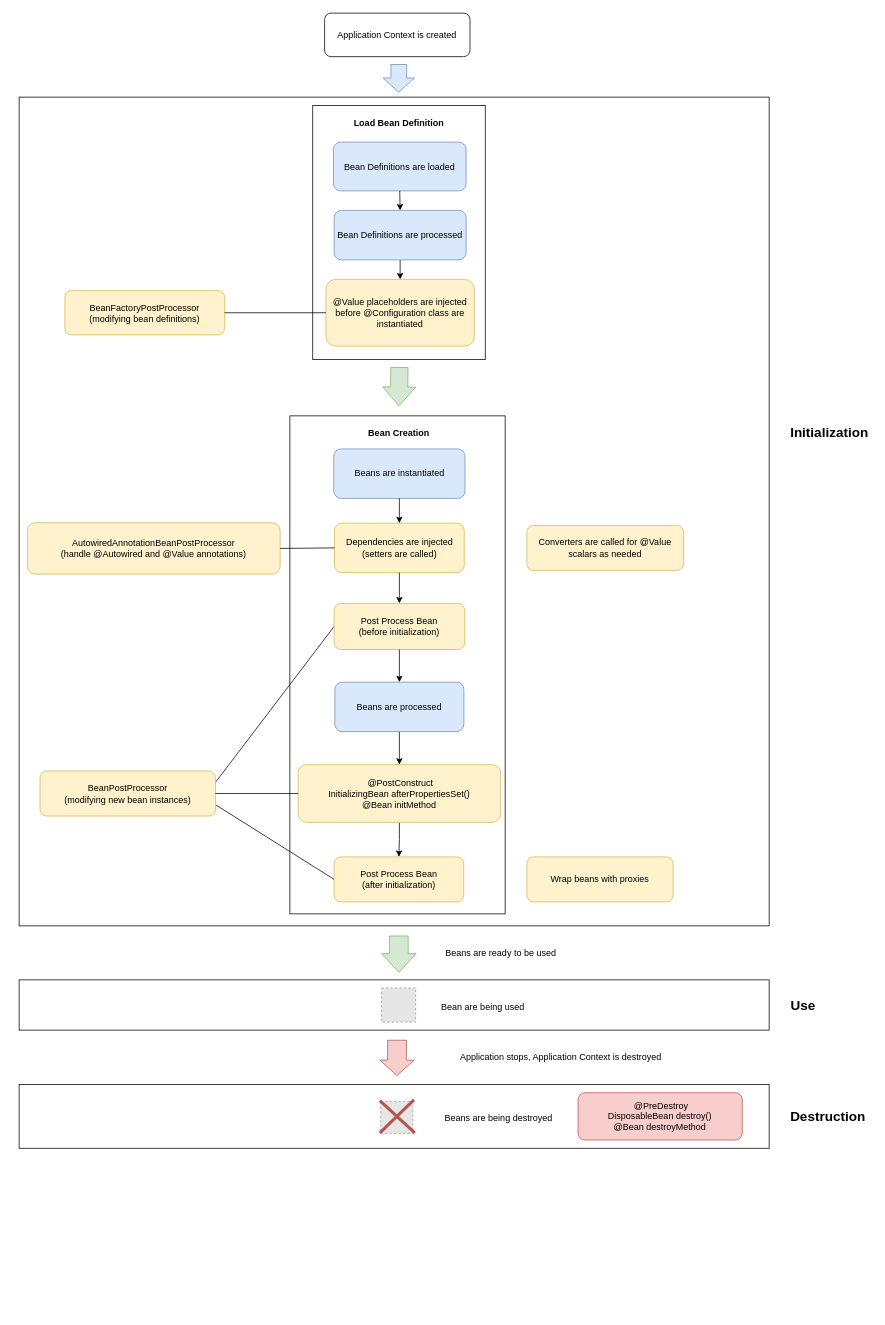
Earlier version of the draw.io diagram bean-lifecycle.drawio (quang-do-se/spring-cert). Source tidied: cells renumbered, new cells numbered last; positions are measured from the earlier drawing's top-left corner, leaving out a move shared by most shapes. Both pictures are drawn from the tidied source at 75%, with x=0, y=0 at pixel (19, 13). Pictures stored in the file or linked from it are replaced by grey dashed boxes.
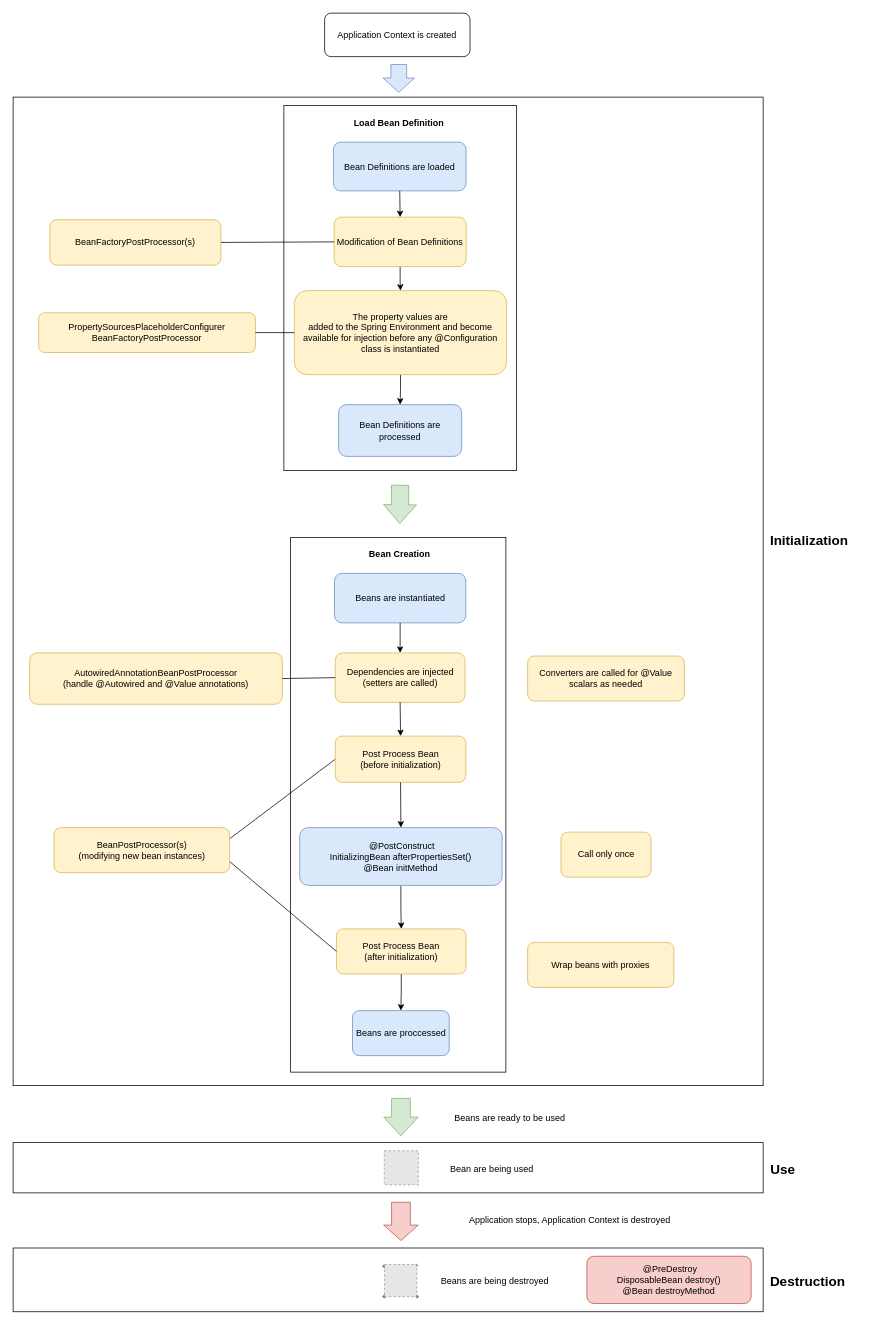
After the change.

Change to the diagram source:
```diff
@@
     <mxCell id="2" style="rounded=0;whiteSpace=wrap;html=1;" parent="1" vertex="1">
-      <mxGeometry y="112" width="1000" height="1105" as="geometry" />
+      <mxGeometry x="-8" y="112" width="1000" height="1318" as="geometry" />
     </mxCell>
     <mxCell id="3" style="rounded=0;whiteSpace=wrap;html=1;strokeWidth=1;" parent="1" vertex="1">
-      <mxGeometry y="1428.5" width="1000" height="85" as="geometry" />
+      <mxGeometry x="-8" y="1646.5" width="1000" height="85" as="geometry" />
     </mxCell>
     <mxCell id="4" style="rounded=0;whiteSpace=wrap;html=1;" parent="1" vertex="1">
-      <mxGeometry y="1289" width="1000" height="67" as="geometry" />
+      <mxGeometry x="-8" y="1506" width="1000" height="67" as="geometry" />
     </mxCell>
     <mxCell id="5" style="rounded=0;whiteSpace=wrap;html=1;" parent="1" vertex="1">
-      <mxGeometry x="391.5" y="123" width="230" height="339" as="geometry" />
+      <mxGeometry x="353" y="123" width="310" height="487" as="geometry" />
     </mxCell>
     <mxCell id="6" style="rounded=0;whiteSpace=wrap;html=1;" parent="1" vertex="1">
-      <mxGeometry x="361" y="537" width="287" height="664" as="geometry" />
+      <mxGeometry x="362" y="699" width="287" height="713" as="geometry" />
     </mxCell>
@@
-    <mxCell id="11" value="Bean Definitions are processed" style="rounded=1;whiteSpace=wrap;html=1;fillColor=#dae8fc;strokeColor=#6c8ebf;" parent="1" vertex="1">
-      <mxGeometry x="420" y="263" width="176" height="66" as="geometry" />
+    <mxCell id="11" value="Modification of Bean Definitions" style="rounded=1;whiteSpace=wrap;html=1;fillColor=#fff2cc;strokeColor=#d6b656;" parent="1" vertex="1">
+      <mxGeometry x="420" y="272" width="176" height="66" as="geometry" />
     </mxCell>
     <mxCell id="12" value="Beans are instantiated" style="rounded=1;whiteSpace=wrap;html=1;fillColor=#dae8fc;strokeColor=#6c8ebf;" parent="1" vertex="1">
-      <mxGeometry x="419.5" y="581" width="175" height="66" as="geometry" />
+      <mxGeometry x="420.5" y="747" width="175" height="66" as="geometry" />
     </mxCell>
     <mxCell id="13" value="Dependencies are injected &lt;br&gt;(setters are called)" style="rounded=1;whiteSpace=wrap;html=1;fillColor=#fff2cc;strokeColor=#d6b656;" parent="1" vertex="1">
-      <mxGeometry x="420.5" y="680" width="173" height="66" as="geometry" />
+      <mxGeometry x="421.5" y="853" width="173" height="66" as="geometry" />
     </mxCell>
-    <mxCell id="14" style="edgeStyle=orthogonalEdgeStyle;rounded=0;jettySize=auto;html=1;" parent="1" edge="1" source="15" target="50">
-      <mxGeometry relative="1" as="geometry" />
+    <mxCell id="14" style="edgeStyle=orthogonalEdgeStyle;rounded=0;jettySize=auto;html=1;" parent="1" edge="1" target="50">
+      <mxGeometry relative="1" as="geometry">
+        <mxPoint x="508" y="1120" as="sourcePoint" />
+      </mxGeometry>
     </mxCell>
-    <mxCell id="15" value="Beans are processed" style="rounded=1;whiteSpace=wrap;html=1;fillColor=#dae8fc;strokeColor=#6c8ebf;" parent="1" vertex="1">
-      <mxGeometry x="421" y="892" width="172" height="66" as="geometry" />
-    </mxCell>
     <mxCell id="16" style="shape=flexArrow;endArrow=classic;html=1;rounded=0;fillColor=#d5e8d4;strokeColor=#82b366;width=25;endSize=8;arcSize=20;" parent="1" edge="1">
       <mxGeometry relative="1" as="geometry">
-        <mxPoint x="506.2" y="1230" as="sourcePoint" />
-        <mxPoint x="506.4" y="1279.5" as="targetPoint" />
+        <mxPoint x="509.1" y="1446.5" as="sourcePoint" />
+        <mxPoint x="509.1" y="1497.5" as="targetPoint" />
       </mxGeometry>
     </mxCell>
-    <mxCell id="17" style="fillColor=#E6E6E6;strokeColor=#999999;dashed=1;html=1;verticalAlign=top;verticalLabelPosition=bottom;labelBackgroundColor=#ffffff;" parent="1" vertex="1">
-      <mxGeometry x="482" y="1451" width="43" height="43" as="geometry" />
-    </mxCell>
     <mxCell id="18" value="Bean are being used" style="text;html=1;align=center;verticalAlign=middle;strokeColor=none;fillColor=none;" parent="1" vertex="1">
-      <mxGeometry x="539.2" y="1316.8" width="157" height="18" as="geometry" />
+      <mxGeometry x="551" y="1532.5" width="157" height="18" as="geometry" />
     </mxCell>
     <mxCell id="19" value="Beans are ready to be used" style="text;html=1;align=center;verticalAlign=middle;strokeColor=none;fillColor=none;" parent="1" vertex="1">
-      <mxGeometry x="539.2" y="1245" width="206" height="18" as="geometry" />
+      <mxGeometry x="551" y="1465" width="206" height="18" as="geometry" />
     </mxCell>
     <mxCell id="20" style="shape=flexArrow;endArrow=classic;html=1;rounded=0;fillColor=#f8cecc;strokeColor=#b85450;width=25;endSize=6.5;" parent="1" edge="1">
       <mxGeometry relative="1" as="geometry">
-        <mxPoint x="503.9" y="1369" as="sourcePoint" />
-        <mxPoint x="503.7" y="1417" as="targetPoint" />
+        <mxPoint x="509.1" y="1585" as="sourcePoint" />
+        <mxPoint x="509.1" y="1637" as="targetPoint" />
       </mxGeometry>
     </mxCell>
     <mxCell id="21" value="Application stops, Application Context is destroyed" style="text;html=1;align=center;verticalAlign=middle;strokeColor=none;fillColor=none;" parent="1" vertex="1">
-      <mxGeometry x="539.2" y="1383" width="366" height="18" as="geometry" />
+      <mxGeometry x="551" y="1600" width="366" height="18" as="geometry" />
     </mxCell>
     <mxCell id="22" style="group;" parent="1" vertex="1">
-      <mxGeometry x="481" y="1449" width="46.5" height="44" as="geometry" />
+      <mxGeometry x="485.4" y="1668.5" width="46.5" height="44" as="geometry" />
     </mxCell>
@@
+    <mxCell id="17" style="fillColor=#E6E6E6;strokeColor=#999999;dashed=1;html=1;verticalAlign=top;verticalLabelPosition=bottom;labelBackgroundColor=#ffffff;" parent="22" vertex="1">
+      <mxGeometry x="1.8" width="43" height="43" as="geometry" />
+    </mxCell>
     <mxCell id="25" value="Beans are being destroyed" style="text;html=1;align=center;verticalAlign=middle;strokeColor=none;fillColor=none;" parent="1" vertex="1">
-      <mxGeometry x="539.2" y="1463.5" width="200" height="18" as="geometry" />
+      <mxGeometry x="534.2" y="1681.5" width="200" height="18" as="geometry" />
     </mxCell>
@@
     <mxCell id="27" value="Bean Creation" style="text;html=1;align=center;verticalAlign=middle;strokeColor=none;fillColor=none;fontStyle=1;" parent="1" vertex="1">
-      <mxGeometry x="446.1" y="551" width="119" height="18" as="geometry" />
+      <mxGeometry x="447.1" y="713" width="119" height="18" as="geometry" />
     </mxCell>
     <mxCell id="28" style="fillColor=#E6E6E6;strokeColor=#999999;dashed=1;html=1;verticalAlign=top;verticalLabelPosition=bottom;labelBackgroundColor=#ffffff;" parent="1" vertex="1">
-      <mxGeometry x="483.2" y="1299.8" width="45.5" height="45.5" as="geometry" />
+      <mxGeometry x="486.8" y="1516.8" width="45.5" height="45.5" as="geometry" />
     </mxCell>
-    <mxCell id="29" value="BeanFactoryPostProcessor&lt;br&gt;(modifying bean definitions)" style="rounded=1;whiteSpace=wrap;html=1;fillColor=#fff2cc;strokeColor=#d6b656;" parent="1" vertex="1">
-      <mxGeometry x="61" y="370" width="213" height="59" as="geometry" />
+    <mxCell id="29" value="BeanFactoryPostProcessor(s)" style="rounded=1;whiteSpace=wrap;html=1;fillColor=#fff2cc;strokeColor=#d6b656;" parent="1" vertex="1">
+      <mxGeometry x="41" y="275.5" width="228" height="60.5" as="geometry" />
     </mxCell>
+    <mxCell id="53" style="edgeStyle=orthogonalEdgeStyle;rounded=0;jettySize=auto;html=1;" parent="1" edge="1" source="30" target="59">
+      <mxGeometry relative="1" as="geometry" />
+    </mxCell>
     <mxCell id="30" value="Post Process Bean &lt;br&gt;(after initialization)" style="rounded=1;whiteSpace=wrap;html=1;fillColor=#fff2cc;strokeColor=#d6b656;" parent="1" vertex="1">
-      <mxGeometry x="420" y="1125" width="172.8" height="60" as="geometry" />
+      <mxGeometry x="423.1" y="1221" width="172.8" height="60" as="geometry" />
     </mxCell>
@@
-    <mxCell id="33" value="&lt;div align=&quot;center&quot;&gt;BeanPostProcessor&lt;br&gt;(modifying new bean instances)&lt;/div&gt;" style="rounded=1;whiteSpace=wrap;html=1;fillColor=#fff2cc;strokeColor=#d6b656;" parent="1" vertex="1">
-      <mxGeometry x="27.9" y="1010.5" width="234" height="60" as="geometry" />
+    <mxCell id="33" value="&lt;div align=&quot;center&quot;&gt;BeanPostProcessor(s)&lt;br&gt;(modifying new bean instances)&lt;/div&gt;" style="rounded=1;whiteSpace=wrap;html=1;fillColor=#fff2cc;strokeColor=#d6b656;" parent="1" vertex="1">
+      <mxGeometry x="46.5" y="1086" width="234" height="60" as="geometry" />
     </mxCell>
+    <mxCell id="54" style="edgeStyle=orthogonalEdgeStyle;rounded=0;jettySize=auto;html=1;" parent="1" edge="1" source="34" target="60">
+      <mxGeometry relative="1" as="geometry" />
+    </mxCell>
-    <mxCell id="34" value="@Value placeholders are injected before @Configuration class are instantiated" style="rounded=1;whiteSpace=wrap;html=1;fillColor=#fff2cc;strokeColor=#d6b656;" parent="1" vertex="1">
-      <mxGeometry x="409.1" y="355" width="197.9" height="89" as="geometry" />
+    <mxCell id="34" value="The property values are&lt;br&gt;added to the Spring Environment and become available for injection before any @Configuration class is instantiated" style="rounded=1;whiteSpace=wrap;html=1;fillColor=#fff2cc;strokeColor=#d6b656;" parent="1" vertex="1">
+      <mxGeometry x="367" y="370" width="283" height="112" as="geometry" />
     </mxCell>
-    <mxCell id="35" style="endArrow=none;html=1;rounded=0;strokeWidth=1;entryX=0;entryY=0.5;entryDx=0;entryDy=0;exitX=1;exitY=0.5;exitDx=0;exitDy=0;" parent="1" edge="1" source="29" target="34">
-      <mxGeometry relative="1" as="geometry" />
-    </mxCell>
@@
     <mxCell id="38" value="Post Process Bean&lt;br&gt;(before initialization)" style="rounded=1;whiteSpace=wrap;html=1;fillColor=#fff2cc;strokeColor=#d6b656;" parent="1" vertex="1">
-      <mxGeometry x="420" y="787" width="174" height="61.5" as="geometry" />
+      <mxGeometry x="421.6" y="964" width="174" height="61.5" as="geometry" />
     </mxCell>
-    <mxCell id="39" style="endArrow=classic;html=1;rounded=0;strokeWidth=1;exitX=0.5;exitY=1;exitDx=0;exitDy=0;entryX=0.5;entryY=0;entryDx=0;entryDy=0;" parent="1" edge="1" source="38" target="15">
+    <mxCell id="39" style="endArrow=classic;html=1;rounded=0;strokeWidth=1;exitX=0.5;exitY=1;exitDx=0;exitDy=0;entryX=0.5;entryY=0;entryDx=0;entryDy=0;" parent="1" edge="1" source="38" target="50">
       <mxGeometry relative="1" as="geometry" />
     </mxCell>
     <mxCell id="40" value="&lt;font style=&quot;font-size: 18px;&quot;&gt;Initialization&lt;/font&gt;" style="text;html=1;align=center;verticalAlign=middle;strokeColor=none;fillColor=none;fontStyle=1;" parent="1" vertex="1">
-      <mxGeometry x="1023" y="551" width="114" height="18" as="geometry" />
+      <mxGeometry x="996" y="695" width="114" height="18" as="geometry" />
     </mxCell>
     <mxCell id="41" value="&lt;font style=&quot;font-size: 18px;&quot;&gt;Use&lt;/font&gt;" style="text;html=1;align=center;verticalAlign=middle;strokeColor=none;fillColor=none;fontStyle=1;" parent="1" vertex="1">
-      <mxGeometry x="1023" y="1313.5" width="43" height="18" as="geometry" />
+      <mxGeometry x="996" y="1532.5" width="43" height="18" as="geometry" />
     </mxCell>
     <mxCell id="42" value="&lt;font style=&quot;font-size: 18px;&quot;&gt;Destruction&lt;/font&gt;" style="text;html=1;align=center;verticalAlign=middle;strokeColor=none;fillColor=none;fontStyle=1;" parent="1" vertex="1">
-      <mxGeometry x="1023" y="1462" width="110" height="18" as="geometry" />
+      <mxGeometry x="996" y="1681.5" width="110" height="18" as="geometry" />
     </mxCell>
     <mxCell id="43" value="&lt;div&gt;AutowiredAnnotationBeanPostProcessor&lt;br&gt;&lt;/div&gt;&lt;div&gt;(handle @Autowired and @Value annotations)&lt;/div&gt;" style="rounded=1;whiteSpace=wrap;html=1;fillColor=#fff2cc;strokeColor=#d6b656;" parent="1" vertex="1">
-      <mxGeometry x="11" y="679.5" width="337" height="68.5" as="geometry" />
+      <mxGeometry x="14" y="853" width="337" height="68.5" as="geometry" />
     </mxCell>
@@
     <mxCell id="45" value="Converters are called for @Value scalars as needed" style="rounded=1;whiteSpace=wrap;html=1;fillColor=#fff2cc;strokeColor=#d6b656;" parent="1" vertex="1">
-      <mxGeometry x="677" y="683" width="209" height="60" as="geometry" />
+      <mxGeometry x="678" y="857.2" width="209" height="60" as="geometry" />
     </mxCell>
     <mxCell id="46" value="&lt;div&gt;&amp;nbsp;@PreDestroy&lt;br&gt;DisposableBean destroy()&lt;/div&gt;&lt;div&gt;@Bean destroyMethod&lt;/div&gt;" style="rounded=1;whiteSpace=wrap;html=1;fillColor=#f8cecc;strokeColor=#b85450;" parent="1" vertex="1">
-      <mxGeometry x="745.2" y="1439.5" width="219" height="63" as="geometry" />
+      <mxGeometry x="757" y="1657.5" width="219" height="63" as="geometry" />
     </mxCell>
     <mxCell id="47" style="shape=flexArrow;endArrow=classic;html=1;rounded=0;fillColor=#d5e8d4;strokeColor=#82b366;width=23;endSize=8;" parent="1" edge="1">
       <mxGeometry relative="1" as="geometry">
-        <mxPoint x="507" y="472" as="sourcePoint" />
-        <mxPoint x="506.6" y="524" as="targetPoint" />
+        <mxPoint x="508" y="629" as="sourcePoint" />
+        <mxPoint x="507.6" y="681" as="targetPoint" />
       </mxGeometry>
     </mxCell>
     <mxCell id="48" value="Wrap beans with proxies" style="rounded=1;whiteSpace=wrap;html=1;fillColor=#fff2cc;strokeColor=#d6b656;" parent="1" vertex="1">
-      <mxGeometry x="677" y="1125" width="195" height="60" as="geometry" />
+      <mxGeometry x="678" y="1239" width="195" height="60" as="geometry" />
     </mxCell>
@@
-    <mxCell id="50" value="&lt;div&gt;&amp;nbsp;@PostConstruct&lt;br&gt;InitializingBean afterPropertiesSet()&lt;/div&gt;&lt;div&gt;@Bean initMethod&lt;/div&gt;" style="rounded=1;whiteSpace=wrap;html=1;fillColor=#fff2cc;strokeColor=#d6b656;" parent="1" vertex="1">
-      <mxGeometry x="372" y="1002" width="270" height="77" as="geometry" />
+    <mxCell id="50" value="&lt;div&gt;&amp;nbsp;@PostConstruct&lt;br&gt;InitializingBean afterPropertiesSet()&lt;/div&gt;&lt;div&gt;@Bean initMethod&lt;/div&gt;" style="rounded=1;whiteSpace=wrap;html=1;fillColor=#dae8fc;strokeColor=#6c8ebf;" parent="1" vertex="1">
+      <mxGeometry x="374" y="1086" width="270" height="77" as="geometry" />
     </mxCell>
-    <mxCell id="51" style="endArrow=none;html=1;rounded=0;exitX=1;exitY=0.5;exitDx=0;exitDy=0;entryX=0;entryY=0.5;entryDx=0;entryDy=0;" parent="1" edge="1" source="33" target="50">
-      <mxGeometry relative="1" as="geometry" />
-    </mxCell>
@@
+    <mxCell id="55" style="endArrow=none;html=1;rounded=0;exitX=1;exitY=0.5;exitDx=0;exitDy=0;entryX=0;entryY=0.5;entryDx=0;entryDy=0;" parent="1" edge="1" source="29" target="11">
+      <mxGeometry relative="1" as="geometry" />
+    </mxCell>
+    <mxCell id="56" value="Call only once" style="rounded=1;whiteSpace=wrap;html=1;fillColor=#fff2cc;strokeColor=#d6b656;" parent="1" vertex="1">
+      <mxGeometry x="722.5" y="1092" width="120" height="60" as="geometry" />
+    </mxCell>
+    <mxCell id="57" value="&lt;div&gt;PropertySourcesPlaceholderConfigurer&lt;/div&gt;&lt;div&gt;BeanFactoryPostProcessor&lt;br&gt;&lt;/div&gt;" style="rounded=1;whiteSpace=wrap;html=1;fillColor=#fff2cc;strokeColor=#d6b656;" parent="1" vertex="1">
+      <mxGeometry x="26" y="399.5" width="289" height="53" as="geometry" />
+    </mxCell>
+    <mxCell id="58" style="endArrow=none;html=1;rounded=0;exitX=1;exitY=0.5;exitDx=0;exitDy=0;entryX=0;entryY=0.5;entryDx=0;entryDy=0;" parent="1" edge="1" source="57" target="34">
+      <mxGeometry relative="1" as="geometry" />
+    </mxCell>
+    <mxCell id="59" value="Beans are proccessed" style="rounded=1;whiteSpace=wrap;html=1;fillColor=#dae8fc;strokeColor=#6c8ebf;" parent="1" vertex="1">
+      <mxGeometry x="444.5" y="1330" width="129" height="60" as="geometry" />
+    </mxCell>
+    <mxCell id="60" value="Bean Definitions are processed" style="rounded=1;whiteSpace=wrap;html=1;fillColor=#dae8fc;strokeColor=#6c8ebf;" parent="1" vertex="1">
+      <mxGeometry x="426" y="522" width="164" height="69" as="geometry" />
+    </mxCell>
```
